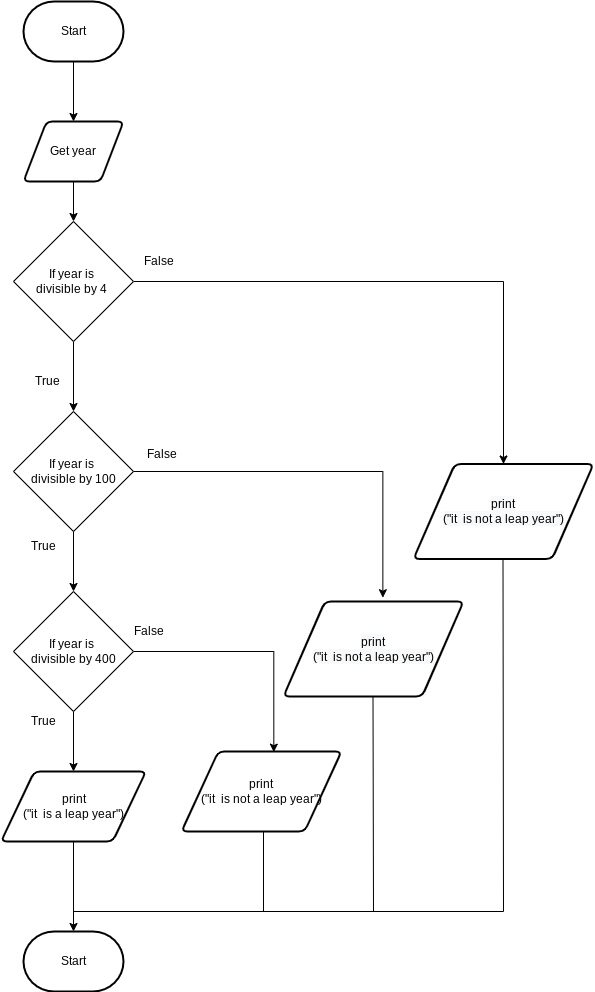
Above: flowchart.png in Huzaifa-Khalid-2/ICS3U-Unit3-08-Python (draw.io), before the change. Source tidied: cells renumbered, new cells last; positions are measured from the earlier drawing's top-left corner, leaving out a move shared by most shapes.
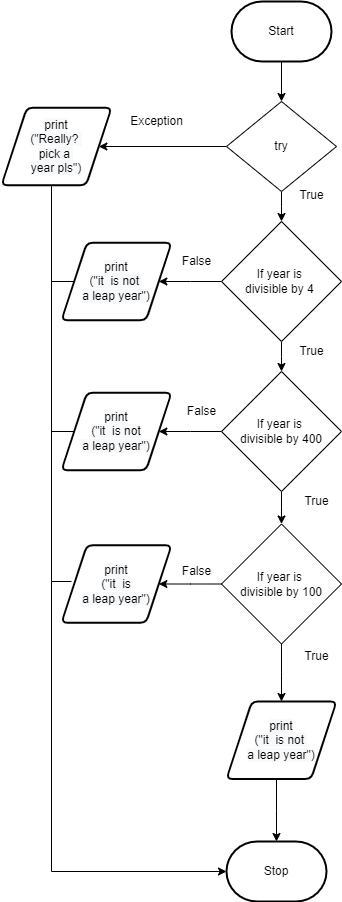
After the change.

What changed in the source:
```diff
@@ -2,126 +2,117 @@
   <root>
     <mxCell id="0" />
     <mxCell id="1" parent="0" />
-    <mxCell id="2" style="edgeStyle=none;html=1;" parent="1" edge="1" source="3" target="5">
-      <mxGeometry relative="1" as="geometry" />
-    </mxCell>
-    <mxCell id="3" value="Start" style="strokeWidth=2;html=1;shape=mxgraph.flowchart.terminator;whiteSpace=wrap;" parent="1" vertex="1">
-      <mxGeometry x="22" width="100" height="60" as="geometry" />
-    </mxCell>
-    <mxCell id="4" style="edgeStyle=none;html=1;" parent="1" edge="1" source="5">
-      <mxGeometry relative="1" as="geometry">
-        <mxPoint x="72" y="220" as="targetPoint" />
-      </mxGeometry>
-    </mxCell>
-    <mxCell id="5" value="Get year" style="shape=parallelogram;html=1;strokeWidth=2;perimeter=parallelogramPerimeter;whiteSpace=wrap;rounded=1;arcSize=12;size=0.23;" parent="1" vertex="1">
-      <mxGeometry x="22" y="120" width="100" height="60" as="geometry" />
-    </mxCell>
-    <mxCell id="6" style="edgeStyle=none;html=1;" parent="1" edge="1" source="8">
-      <mxGeometry relative="1" as="geometry">
-        <mxPoint x="72" y="410" as="targetPoint" />
-      </mxGeometry>
-    </mxCell>
-    <mxCell id="7" style="edgeStyle=elbowEdgeStyle;rounded=0;elbow=vertical;html=1;entryX=0.5;entryY=0;entryDx=0;entryDy=0;" parent="1" edge="1" source="8" target="9">
-      <mxGeometry relative="1" as="geometry">
-        <Array as="points">
-          <mxPoint x="172" y="280" />
-          <mxPoint x="442" y="430" />
-          <mxPoint x="312" y="430" />
-        </Array>
-      </mxGeometry>
-    </mxCell>
+    <mxCell id="31" style="edgeStyle=elbowEdgeStyle;rounded=0;html=1;entryX=0.5;entryY=0;entryDx=0;entryDy=0;" parent="1" edge="1" source="8" target="16">
+      <mxGeometry relative="1" as="geometry" />
+    </mxCell>
+    <mxCell id="32" style="edgeStyle=elbowEdgeStyle;rounded=0;html=1;entryX=1;entryY=0.5;entryDx=0;entryDy=0;" parent="1" edge="1" source="8" target="48">
+      <mxGeometry relative="1" as="geometry" />
+    </mxCell>
     <mxCell id="8" value="If year is &lt;br&gt;divisible by 4&amp;nbsp;" style="rhombus;whiteSpace=wrap;html=1;" parent="1" vertex="1">
-      <mxGeometry x="12" y="220" width="120" height="120" as="geometry" />
+      <mxGeometry x="12" y="90" width="120" height="120" as="geometry" />
     </mxCell>
-    <mxCell id="9" value="&lt;span style=&quot;color: rgb(0 , 0 , 0) ; font-family: &amp;#34;helvetica&amp;#34; ; font-size: 12px ; font-style: normal ; font-weight: 400 ; letter-spacing: normal ; text-align: center ; text-indent: 0px ; text-transform: none ; word-spacing: 0px ; background-color: rgb(248 , 249 , 250) ; display: inline ; float: none&quot;&gt;print&lt;/span&gt;&lt;br style=&quot;color: rgb(0 , 0 , 0) ; font-family: &amp;#34;helvetica&amp;#34; ; font-size: 12px ; font-style: normal ; font-weight: 400 ; letter-spacing: normal ; text-align: center ; text-indent: 0px ; text-transform: none ; word-spacing: 0px ; background-color: rgb(248 , 249 , 250)&quot;&gt;&lt;span style=&quot;color: rgb(0 , 0 , 0) ; font-family: &amp;#34;helvetica&amp;#34; ; font-size: 12px ; font-style: normal ; font-weight: 400 ; letter-spacing: normal ; text-align: center ; text-indent: 0px ; text-transform: none ; word-spacing: 0px ; background-color: rgb(248 , 249 , 250) ; display: inline ; float: none&quot;&gt;(&quot;it&amp;nbsp; is not a leap year&quot;)&lt;/span&gt;" style="shape=parallelogram;html=1;strokeWidth=2;perimeter=parallelogramPerimeter;whiteSpace=wrap;rounded=1;arcSize=12;size=0.23;" parent="1" vertex="1">
-      <mxGeometry x="412" y="462.5" width="180" height="95" as="geometry" />
-    </mxCell>
     <mxCell id="10" value="False" style="text;html=1;align=center;verticalAlign=middle;strokeColor=none;fillColor=none;" parent="1" vertex="1">
-      <mxGeometry x="132" y="250" width="50" height="20" as="geometry" />
+      <mxGeometry x="-38" y="120" width="50" height="20" as="geometry" />
     </mxCell>
-    <mxCell id="11" style="edgeStyle=none;html=1;" parent="1" edge="1" source="13">
-      <mxGeometry relative="1" as="geometry">
-        <mxPoint x="72" y="590" as="targetPoint" />
-      </mxGeometry>
-    </mxCell>
-    <mxCell id="12" style="edgeStyle=elbowEdgeStyle;rounded=0;html=1;elbow=vertical;entryX=0.552;entryY=-0.04;entryDx=0;entryDy=0;entryPerimeter=0;" parent="1" edge="1" source="13" target="20">
-      <mxGeometry relative="1" as="geometry">
-        <Array as="points">
-          <mxPoint x="172" y="470" />
-          <mxPoint x="212" y="580" />
-          <mxPoint x="232" y="600" />
-        </Array>
-      </mxGeometry>
-    </mxCell>
+    <mxCell id="33" style="edgeStyle=elbowEdgeStyle;rounded=0;html=1;entryX=1;entryY=0.5;entryDx=0;entryDy=0;" parent="1" edge="1" source="13" target="24">
+      <mxGeometry relative="1" as="geometry" />
+    </mxCell>
+    <mxCell id="34" style="edgeStyle=elbowEdgeStyle;rounded=0;html=1;" parent="1" edge="1" source="13" target="46">
+      <mxGeometry relative="1" as="geometry" />
+    </mxCell>
     <mxCell id="13" value="If year is &lt;br&gt;divisible by 100" style="rhombus;whiteSpace=wrap;html=1;" parent="1" vertex="1">
-      <mxGeometry x="12" y="410" width="120" height="120" as="geometry" />
+      <mxGeometry x="12" y="392.5" width="120" height="120" as="geometry" />
     </mxCell>
-    <mxCell id="14" style="edgeStyle=none;html=1;" parent="1" edge="1" source="16">
-      <mxGeometry relative="1" as="geometry">
-        <mxPoint x="72" y="770" as="targetPoint" />
-      </mxGeometry>
-    </mxCell>
-    <mxCell id="15" style="edgeStyle=orthogonalEdgeStyle;html=1;entryX=0.577;entryY=0.008;entryDx=0;entryDy=0;entryPerimeter=0;rounded=0;" parent="1" edge="1" source="16" target="18">
-      <mxGeometry relative="1" as="geometry" />
-    </mxCell>
-    <mxCell id="16" value="If year is &lt;br&gt;divisible by 400" style="rhombus;whiteSpace=wrap;html=1;" parent="1" vertex="1">
-      <mxGeometry x="12" y="590" width="120" height="120" as="geometry" />
-    </mxCell>
     <mxCell id="17" value="True" style="text;html=1;align=center;verticalAlign=middle;strokeColor=none;fillColor=none;" parent="1" vertex="1">
-      <mxGeometry x="26" y="370" width="40" height="20" as="geometry" />
+      <mxGeometry x="82" y="210" width="40" height="20" as="geometry" />
     </mxCell>
-    <mxCell id="18" value="print&lt;br&gt;(&quot;it&amp;nbsp; is not a leap year&quot;)" style="shape=parallelogram;html=1;strokeWidth=2;perimeter=parallelogramPerimeter;whiteSpace=wrap;rounded=1;arcSize=12;size=0.23;" parent="1" vertex="1">
-      <mxGeometry x="180" y="750" width="160" height="80" as="geometry" />
-    </mxCell>
-    <mxCell id="19" value="True" style="text;html=1;align=center;verticalAlign=middle;strokeColor=none;fillColor=none;" parent="1" vertex="1">
-      <mxGeometry x="22" y="535" width="40" height="20" as="geometry" />
-    </mxCell>
-    <mxCell id="20" value="&lt;span style=&quot;color: rgb(0 , 0 , 0) ; font-family: &amp;#34;helvetica&amp;#34; ; font-size: 12px ; font-style: normal ; font-weight: 400 ; letter-spacing: normal ; text-align: center ; text-indent: 0px ; text-transform: none ; word-spacing: 0px ; background-color: rgb(248 , 249 , 250) ; display: inline ; float: none&quot;&gt;print&lt;/span&gt;&lt;br style=&quot;color: rgb(0 , 0 , 0) ; font-family: &amp;#34;helvetica&amp;#34; ; font-size: 12px ; font-style: normal ; font-weight: 400 ; letter-spacing: normal ; text-align: center ; text-indent: 0px ; text-transform: none ; word-spacing: 0px ; background-color: rgb(248 , 249 , 250)&quot;&gt;&lt;span style=&quot;color: rgb(0 , 0 , 0) ; font-family: &amp;#34;helvetica&amp;#34; ; font-size: 12px ; font-style: normal ; font-weight: 400 ; letter-spacing: normal ; text-align: center ; text-indent: 0px ; text-transform: none ; word-spacing: 0px ; background-color: rgb(248 , 249 , 250) ; display: inline ; float: none&quot;&gt;(&quot;it&amp;nbsp; is not a leap year&quot;)&lt;/span&gt;" style="shape=parallelogram;html=1;strokeWidth=2;perimeter=parallelogramPerimeter;whiteSpace=wrap;rounded=1;arcSize=12;size=0.23;" parent="1" vertex="1">
-      <mxGeometry x="282" y="600" width="180" height="95" as="geometry" />
-    </mxCell>
-    <mxCell id="21" value="False" style="text;html=1;align=center;verticalAlign=middle;strokeColor=none;fillColor=none;" parent="1" vertex="1">
-      <mxGeometry x="122" y="620" width="50" height="20" as="geometry" />
-    </mxCell>
-    <mxCell id="22" value="True" style="text;html=1;align=center;verticalAlign=middle;strokeColor=none;fillColor=none;" parent="1" vertex="1">
-      <mxGeometry x="22" y="710" width="40" height="20" as="geometry" />
-    </mxCell>
-    <mxCell id="23" style="edgeStyle=none;html=1;" parent="1" edge="1" source="24">
-      <mxGeometry relative="1" as="geometry">
-        <mxPoint x="72" y="930" as="targetPoint" />
-      </mxGeometry>
-    </mxCell>
-    <mxCell id="24" value="print&lt;br&gt;(&quot;it&amp;nbsp; is a leap year&quot;)" style="shape=parallelogram;html=1;strokeWidth=2;perimeter=parallelogramPerimeter;whiteSpace=wrap;rounded=1;arcSize=12;size=0.23;" parent="1" vertex="1">
-      <mxGeometry x="-0.5" y="770" width="145" height="70" as="geometry" />
-    </mxCell>
     <mxCell id="25" value="False" style="text;html=1;align=center;verticalAlign=middle;strokeColor=none;fillColor=none;" parent="1" vertex="1">
-      <mxGeometry x="135" y="442.5" width="50" height="20" as="geometry" />
+      <mxGeometry x="-38" y="430" width="50" height="20" as="geometry" />
     </mxCell>
-    <mxCell id="26" value="Start" style="strokeWidth=2;html=1;shape=mxgraph.flowchart.terminator;whiteSpace=wrap;" parent="1" vertex="1">
-      <mxGeometry x="22" y="930" width="100" height="60" as="geometry" />
+    <mxCell id="26" value="Stop" style="strokeWidth=2;html=1;shape=mxgraph.flowchart.terminator;whiteSpace=wrap;" parent="1" vertex="1">
+      <mxGeometry x="17" y="710" width="100" height="60" as="geometry" />
     </mxCell>
-    <mxCell id="27" style="endArrow=none;html=1;rounded=0;" parent="1" edge="1">
-      <mxGeometry relative="1" as="geometry">
-        <mxPoint x="72" y="910" as="sourcePoint" />
-        <mxPoint x="502" y="910" as="targetPoint" />
-      </mxGeometry>
-    </mxCell>
-    <mxCell id="28" style="endArrow=none;html=1;rounded=0;" parent="1" edge="1">
-      <mxGeometry relative="1" as="geometry">
-        <mxPoint x="262" y="910" as="sourcePoint" />
-        <mxPoint x="262" y="830" as="targetPoint" />
-      </mxGeometry>
-    </mxCell>
-    <mxCell id="29" style="endArrow=none;html=1;rounded=0;" parent="1" edge="1">
-      <mxGeometry relative="1" as="geometry">
-        <mxPoint x="372" y="910" as="sourcePoint" />
-        <mxPoint x="371.5" y="695" as="targetPoint" />
-      </mxGeometry>
-    </mxCell>
-    <mxCell id="30" style="endArrow=none;html=1;rounded=0;" parent="1" edge="1">
-      <mxGeometry relative="1" as="geometry">
-        <mxPoint x="502" y="910" as="sourcePoint" />
-        <mxPoint x="501.5" y="557.5" as="targetPoint" />
-      </mxGeometry>
-    </mxCell>
+    <mxCell id="35" style="edgeStyle=none;html=1;" parent="1" edge="1" source="3" target="38">
+      <mxGeometry relative="1" as="geometry" />
+    </mxCell>
+    <mxCell id="3" value="Start" style="strokeWidth=2;html=1;shape=mxgraph.flowchart.terminator;whiteSpace=wrap;" parent="1" vertex="1">
+      <mxGeometry x="22" y="-130" width="100" height="60" as="geometry" />
+    </mxCell>
+    <mxCell id="36" style="edgeStyle=none;html=1;entryX=1;entryY=0.5;entryDx=0;entryDy=0;" parent="1" edge="1" source="38" target="47">
+      <mxGeometry relative="1" as="geometry" />
+    </mxCell>
+    <mxCell id="37" style="edgeStyle=elbowEdgeStyle;rounded=0;html=1;" parent="1" edge="1" source="38" target="8">
+      <mxGeometry relative="1" as="geometry" />
+    </mxCell>
+    <mxCell id="38" value="try" style="rhombus;whiteSpace=wrap;html=1;" parent="1" vertex="1">
+      <mxGeometry x="17" y="-30" width="110" height="90" as="geometry" />
+    </mxCell>
+    <mxCell id="39" style="edgeStyle=elbowEdgeStyle;html=1;entryX=0;entryY=0.5;entryDx=0;entryDy=0;entryPerimeter=0;rounded=0;exitX=0.5;exitY=1;exitDx=0;exitDy=0;" parent="1" edge="1" source="47" target="26">
+      <mxGeometry relative="1" as="geometry">
+        <Array as="points">
+          <mxPoint x="-158" y="90" />
+          <mxPoint x="-168" y="120" />
+          <mxPoint x="-148" y="520" />
+        </Array>
+      </mxGeometry>
+    </mxCell>
+    <mxCell id="40" style="edgeStyle=elbowEdgeStyle;rounded=0;html=1;entryX=0.5;entryY=0;entryDx=0;entryDy=0;" parent="1" edge="1" source="16" target="13">
+      <mxGeometry relative="1" as="geometry" />
+    </mxCell>
+    <mxCell id="41" style="edgeStyle=elbowEdgeStyle;rounded=0;html=1;entryX=1;entryY=0.5;entryDx=0;entryDy=0;" parent="1" edge="1" source="16" target="42">
+      <mxGeometry relative="1" as="geometry" />
+    </mxCell>
+    <mxCell id="16" value="If year is &lt;br&gt;divisible by 400" style="rhombus;whiteSpace=wrap;html=1;" parent="1" vertex="1">
+      <mxGeometry x="12" y="240" width="120" height="120" as="geometry" />
+    </mxCell>
+    <mxCell id="42" value="&lt;span style=&quot;color: rgb(0 , 0 , 0) ; font-family: &amp;#34;helvetica&amp;#34; ; font-size: 12px ; font-style: normal ; font-weight: 400 ; letter-spacing: normal ; text-align: center ; text-indent: 0px ; text-transform: none ; word-spacing: 0px ; background-color: rgb(248 , 249 , 250) ; display: inline ; float: none&quot;&gt;print&lt;/span&gt;&lt;br style=&quot;color: rgb(0 , 0 , 0) ; font-family: &amp;#34;helvetica&amp;#34; ; font-size: 12px ; font-style: normal ; font-weight: 400 ; letter-spacing: normal ; text-align: center ; text-indent: 0px ; text-transform: none ; word-spacing: 0px ; background-color: rgb(248 , 249 , 250)&quot;&gt;&lt;span style=&quot;color: rgb(0 , 0 , 0) ; font-family: &amp;#34;helvetica&amp;#34; ; font-size: 12px ; font-style: normal ; font-weight: 400 ; letter-spacing: normal ; text-align: center ; text-indent: 0px ; text-transform: none ; word-spacing: 0px ; background-color: rgb(248 , 249 , 250) ; display: inline ; float: none&quot;&gt;(&quot;it&amp;nbsp; is not&lt;br&gt;a leap year&quot;)&lt;/span&gt;" style="shape=parallelogram;html=1;strokeWidth=2;perimeter=parallelogramPerimeter;whiteSpace=wrap;rounded=1;arcSize=12;size=0.23;" parent="1" vertex="1">
+      <mxGeometry x="-148" y="261.2" width="110" height="77.5" as="geometry" />
+    </mxCell>
+    <mxCell id="21" value="False" style="text;html=1;align=center;verticalAlign=middle;strokeColor=none;fillColor=none;" parent="1" vertex="1">
+      <mxGeometry x="-33" y="270" width="50" height="20" as="geometry" />
+    </mxCell>
+    <mxCell id="24" value="&lt;span style=&quot;color: rgb(0 , 0 , 0) ; font-family: &amp;#34;helvetica&amp;#34; ; font-size: 12px ; font-style: normal ; font-weight: 400 ; letter-spacing: normal ; text-align: center ; text-indent: 0px ; text-transform: none ; word-spacing: 0px ; background-color: rgb(248 , 249 , 250) ; display: inline ; float: none&quot;&gt;print&lt;/span&gt;&lt;br style=&quot;color: rgb(0 , 0 , 0) ; font-family: &amp;#34;helvetica&amp;#34; ; font-size: 12px ; font-style: normal ; font-weight: 400 ; letter-spacing: normal ; text-align: center ; text-indent: 0px ; text-transform: none ; word-spacing: 0px ; background-color: rgb(248 , 249 , 250)&quot;&gt;&lt;span style=&quot;color: rgb(0 , 0 , 0) ; font-family: &amp;#34;helvetica&amp;#34; ; font-size: 12px ; font-style: normal ; font-weight: 400 ; letter-spacing: normal ; text-align: center ; text-indent: 0px ; text-transform: none ; word-spacing: 0px ; background-color: rgb(248 , 249 , 250) ; display: inline ; float: none&quot;&gt;(&quot;it&amp;nbsp; is&lt;br&gt;a leap year&quot;)&lt;/span&gt;" style="shape=parallelogram;html=1;strokeWidth=2;perimeter=parallelogramPerimeter;whiteSpace=wrap;rounded=1;arcSize=12;size=0.23;" parent="1" vertex="1">
+      <mxGeometry x="-148" y="413.8" width="110" height="77.5" as="geometry" />
+    </mxCell>
+    <mxCell id="43" value="True" style="text;html=1;align=center;verticalAlign=middle;strokeColor=none;fillColor=none;" parent="1" vertex="1">
+      <mxGeometry x="87" y="360" width="40" height="20" as="geometry" />
+    </mxCell>
+    <mxCell id="44" value="True" style="text;html=1;align=center;verticalAlign=middle;strokeColor=none;fillColor=none;" parent="1" vertex="1">
+      <mxGeometry x="87" y="515" width="40" height="20" as="geometry" />
+    </mxCell>
+    <mxCell id="45" style="edgeStyle=elbowEdgeStyle;rounded=0;html=1;" parent="1" edge="1" source="46" target="26">
+      <mxGeometry relative="1" as="geometry" />
+    </mxCell>
+    <mxCell id="46" value="&lt;span style=&quot;color: rgb(0 , 0 , 0) ; font-family: &amp;#34;helvetica&amp;#34; ; font-size: 12px ; font-style: normal ; font-weight: 400 ; letter-spacing: normal ; text-align: center ; text-indent: 0px ; text-transform: none ; word-spacing: 0px ; background-color: rgb(248 , 249 , 250) ; display: inline ; float: none&quot;&gt;print&lt;/span&gt;&lt;br style=&quot;color: rgb(0 , 0 , 0) ; font-family: &amp;#34;helvetica&amp;#34; ; font-size: 12px ; font-style: normal ; font-weight: 400 ; letter-spacing: normal ; text-align: center ; text-indent: 0px ; text-transform: none ; word-spacing: 0px ; background-color: rgb(248 , 249 , 250)&quot;&gt;&lt;span style=&quot;color: rgb(0 , 0 , 0) ; font-family: &amp;#34;helvetica&amp;#34; ; font-size: 12px ; font-style: normal ; font-weight: 400 ; letter-spacing: normal ; text-align: center ; text-indent: 0px ; text-transform: none ; word-spacing: 0px ; background-color: rgb(248 , 249 , 250) ; display: inline ; float: none&quot;&gt;(&quot;it&amp;nbsp; is not &lt;br&gt;a leap year&quot;)&lt;/span&gt;" style="shape=parallelogram;html=1;strokeWidth=2;perimeter=parallelogramPerimeter;whiteSpace=wrap;rounded=1;arcSize=12;size=0.23;" parent="1" vertex="1">
+      <mxGeometry x="17" y="570" width="110" height="77.5" as="geometry" />
+    </mxCell>
+    <mxCell id="47" value="&lt;span style=&quot;color: rgb(0 , 0 , 0) ; font-family: &amp;#34;helvetica&amp;#34; ; font-size: 12px ; font-style: normal ; font-weight: 400 ; letter-spacing: normal ; text-align: center ; text-indent: 0px ; text-transform: none ; word-spacing: 0px ; background-color: rgb(248 , 249 , 250) ; display: inline ; float: none&quot;&gt;print&lt;/span&gt;&lt;br style=&quot;color: rgb(0 , 0 , 0) ; font-family: &amp;#34;helvetica&amp;#34; ; font-size: 12px ; font-style: normal ; font-weight: 400 ; letter-spacing: normal ; text-align: center ; text-indent: 0px ; text-transform: none ; word-spacing: 0px ; background-color: rgb(248 , 249 , 250)&quot;&gt;&lt;span style=&quot;color: rgb(0 , 0 , 0) ; font-family: &amp;#34;helvetica&amp;#34; ; font-size: 12px ; font-style: normal ; font-weight: 400 ; letter-spacing: normal ; text-align: center ; text-indent: 0px ; text-transform: none ; word-spacing: 0px ; background-color: rgb(248 , 249 , 250) ; display: inline ; float: none&quot;&gt;(&quot;Really? &lt;br&gt;pick a &lt;br&gt;year pls&quot;)&lt;/span&gt;" style="shape=parallelogram;html=1;strokeWidth=2;perimeter=parallelogramPerimeter;whiteSpace=wrap;rounded=1;arcSize=12;size=0.23;" parent="1" vertex="1">
+      <mxGeometry x="-208" y="-23.8" width="110" height="77.5" as="geometry" />
+    </mxCell>
+    <mxCell id="48" value="&lt;span style=&quot;color: rgb(0 , 0 , 0) ; font-family: &amp;#34;helvetica&amp;#34; ; font-size: 12px ; font-style: normal ; font-weight: 400 ; letter-spacing: normal ; text-align: center ; text-indent: 0px ; text-transform: none ; word-spacing: 0px ; background-color: rgb(248 , 249 , 250) ; display: inline ; float: none&quot;&gt;print&lt;/span&gt;&lt;br style=&quot;color: rgb(0 , 0 , 0) ; font-family: &amp;#34;helvetica&amp;#34; ; font-size: 12px ; font-style: normal ; font-weight: 400 ; letter-spacing: normal ; text-align: center ; text-indent: 0px ; text-transform: none ; word-spacing: 0px ; background-color: rgb(248 , 249 , 250)&quot;&gt;&lt;span style=&quot;color: rgb(0 , 0 , 0) ; font-family: &amp;#34;helvetica&amp;#34; ; font-size: 12px ; font-style: normal ; font-weight: 400 ; letter-spacing: normal ; text-align: center ; text-indent: 0px ; text-transform: none ; word-spacing: 0px ; background-color: rgb(248 , 249 , 250) ; display: inline ; float: none&quot;&gt;(&quot;it&amp;nbsp; is not &lt;br&gt;a leap year&quot;)&lt;/span&gt;" style="shape=parallelogram;html=1;strokeWidth=2;perimeter=parallelogramPerimeter;whiteSpace=wrap;rounded=1;arcSize=12;size=0.23;" parent="1" vertex="1">
+      <mxGeometry x="-148" y="111.2" width="110" height="77.5" as="geometry" />
+    </mxCell>
+    <mxCell id="49" value="True" style="text;html=1;align=center;verticalAlign=middle;strokeColor=none;fillColor=none;" parent="1" vertex="1">
+      <mxGeometry x="82" y="53.8" width="40" height="20" as="geometry" />
+    </mxCell>
+    <mxCell id="50" style="endArrow=none;html=1;rounded=0;" parent="1" edge="1">
+      <mxGeometry relative="1" as="geometry">
+        <mxPoint x="-158" y="450" as="sourcePoint" />
+        <mxPoint x="-138" y="450" as="targetPoint" />
+      </mxGeometry>
+    </mxCell>
+    <mxCell id="51" style="endArrow=none;html=1;rounded=0;exitX=0;exitY=0.5;exitDx=0;exitDy=0;" parent="1" edge="1" source="42">
+      <mxGeometry relative="1" as="geometry">
+        <mxPoint x="-158" y="300" as="targetPoint" />
+      </mxGeometry>
+    </mxCell>
+    <mxCell id="52" style="endArrow=none;html=1;rounded=0;entryX=0;entryY=0.5;entryDx=0;entryDy=0;" parent="1" edge="1" target="48">
+      <mxGeometry relative="1" as="geometry">
+        <mxPoint x="-158" y="150" as="sourcePoint" />
+      </mxGeometry>
+    </mxCell>
+    <mxCell id="53" value="Exception" style="text;html=1;align=center;verticalAlign=middle;strokeColor=none;fillColor=none;" parent="1" vertex="1">
+      <mxGeometry x="-88" y="-20" width="70" height="20" as="geometry" />
+    </mxCell>
   </root>
 </mxGraphModel>
```
